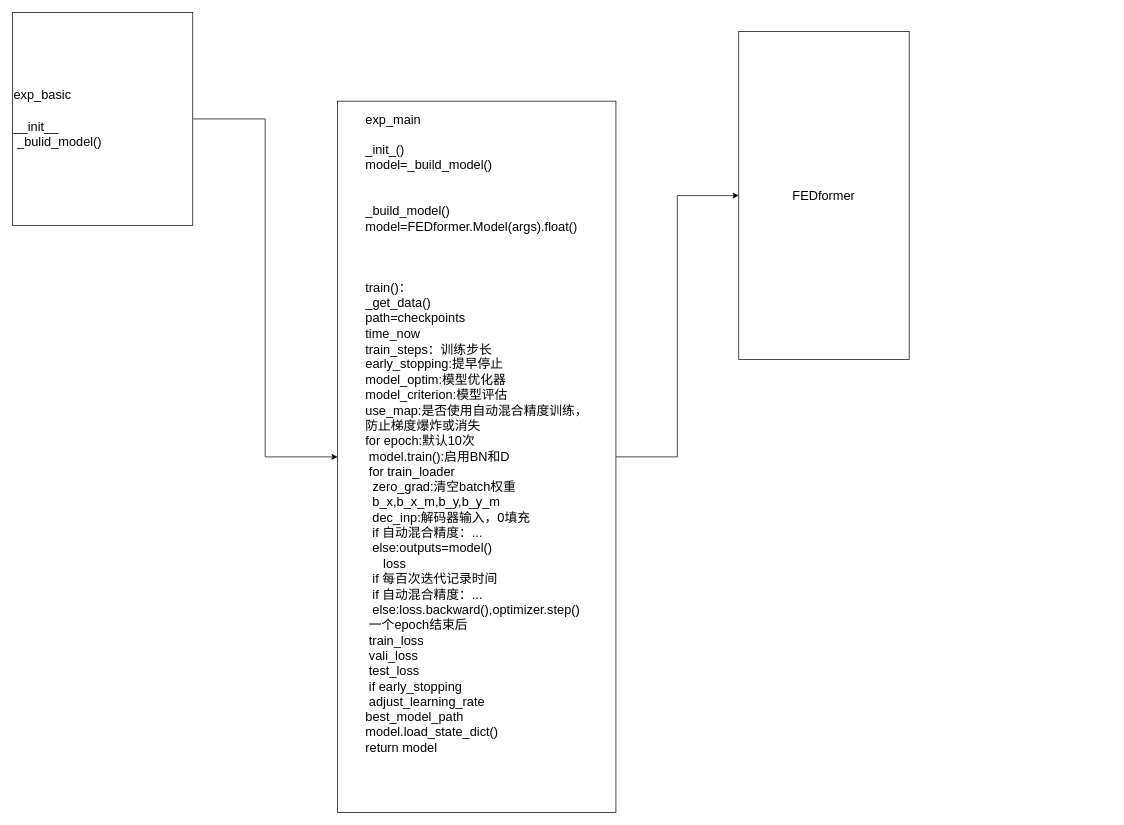
Earlier version of the draw.io diagram FEDformer.drawio (Lihua-neko/QASystemOnMedicalKG). Source tidied: cells renumbered, new cells numbered last; positions are measured from the earlier drawing's top-left corner, leaving out a move shared by most shapes. Both pictures are drawn from the tidied source at 71%, with x=0, y=0 at pixel (12, 12).
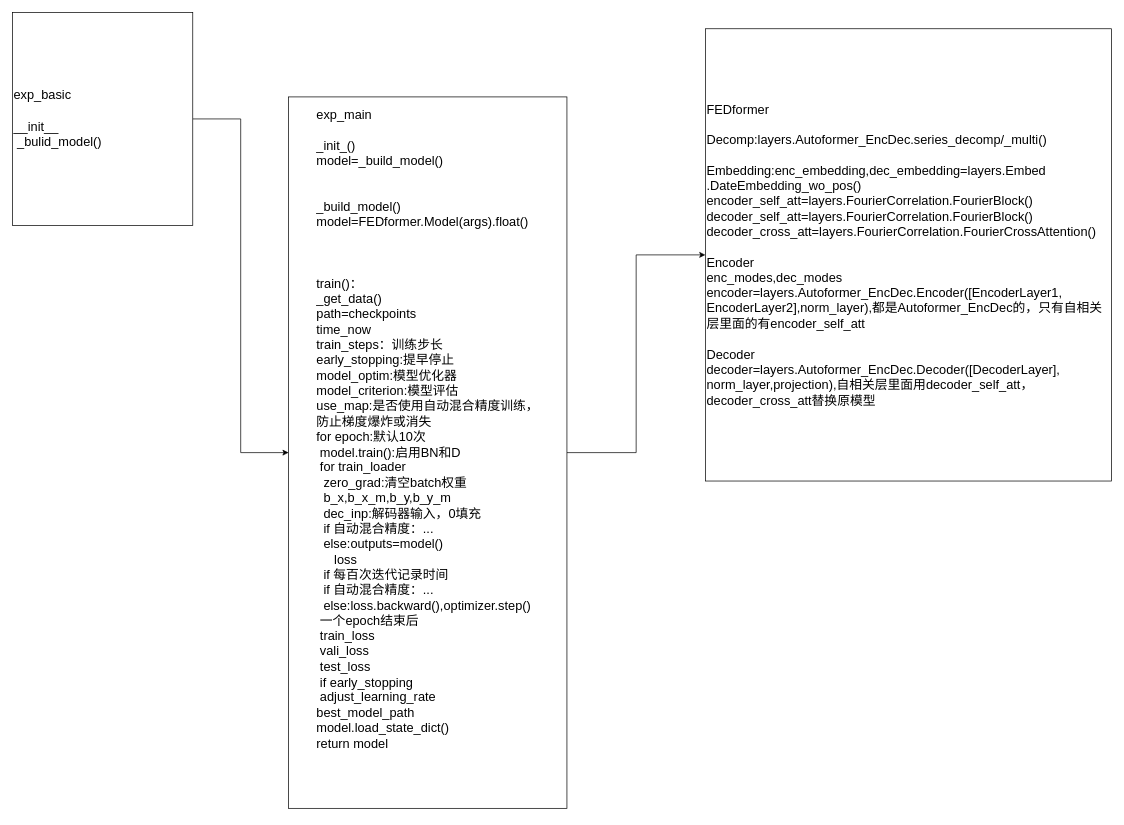
Above is the later version.

Diff of the diagram source:
```diff
@@
 <mxGraphModel>
   <root>
     <mxCell id="0" />
     <mxCell id="1" parent="0" />
     <mxCell id="2" style="edgeStyle=orthogonalEdgeStyle;rounded=0;jettySize=auto;html=1;fontSize=18;" parent="1" edge="1" source="3" target="6">
       <mxGeometry relative="1" as="geometry" />
     </mxCell>
     <mxCell id="3" value="&lt;div style=&quot;text-align: left;&quot;&gt;&lt;span style=&quot;font-size: 18px; background-color: initial;&quot;&gt;exp_main&lt;/span&gt;&lt;/div&gt;&lt;div style=&quot;text-align: left;&quot;&gt;&lt;span style=&quot;font-size: 18px; background-color: initial;&quot;&gt;&lt;br&gt;&lt;/span&gt;&lt;/div&gt;&lt;div style=&quot;text-align: left;&quot;&gt;&lt;span style=&quot;font-size: 18px; background-color: initial;&quot;&gt;_init_()&lt;/span&gt;&lt;/div&gt;&lt;div style=&quot;text-align: left;&quot;&gt;&lt;span style=&quot;font-size: 18px; background-color: initial;&quot;&gt;model=_build_model()&lt;/span&gt;&lt;/div&gt;&lt;div style=&quot;text-align: left;&quot;&gt;&lt;span style=&quot;font-size: 18px; background-color: initial;&quot;&gt;&lt;br&gt;&lt;/span&gt;&lt;/div&gt;&lt;font style=&quot;font-size: 18px;&quot;&gt;&lt;div style=&quot;text-align: left;&quot;&gt;&lt;span style=&quot;background-color: initial;&quot;&gt;&lt;br&gt;&lt;/span&gt;&lt;/div&gt;&lt;div style=&quot;text-align: left;&quot;&gt;_build_model()&lt;/div&gt;&lt;div style=&quot;text-align: left;&quot;&gt;model=FEDformer.Model(args).float()&lt;/div&gt;&lt;div style=&quot;text-align: left;&quot;&gt;&lt;br&gt;&lt;/div&gt;&lt;div style=&quot;text-align: left;&quot;&gt;&lt;span style=&quot;background-color: initial;&quot;&gt;&lt;br&gt;&lt;/span&gt;&lt;/div&gt;&lt;div style=&quot;text-align: left;&quot;&gt;&lt;span style=&quot;background-color: initial;&quot;&gt;&lt;br&gt;&lt;/span&gt;&lt;/div&gt;&lt;div style=&quot;text-align: left;&quot;&gt;&lt;span style=&quot;background-color: initial;&quot;&gt;train()：&lt;/span&gt;&lt;/div&gt;&lt;div style=&quot;text-align: left;&quot;&gt;&lt;span style=&quot;background-color: initial;&quot;&gt;_get_data()&lt;/span&gt;&lt;/div&gt;&lt;div style=&quot;text-align: left;&quot;&gt;&lt;span style=&quot;background-color: initial;&quot;&gt;path=checkpoints&lt;/span&gt;&lt;/div&gt;&lt;div style=&quot;text-align: left;&quot;&gt;&lt;span style=&quot;background-color: initial;&quot;&gt;time_now&lt;/span&gt;&lt;/div&gt;&lt;div style=&quot;text-align: left;&quot;&gt;&lt;span style=&quot;background-color: initial;&quot;&gt;train_steps：训练步长&lt;/span&gt;&lt;/div&gt;&lt;div style=&quot;text-align: left;&quot;&gt;&lt;span style=&quot;background-color: initial;&quot;&gt;early_stopping:提早停止&lt;/span&gt;&lt;/div&gt;&lt;div style=&quot;text-align: left;&quot;&gt;&lt;span style=&quot;background-color: initial;&quot;&gt;model_optim:模型优化器&lt;br&gt;model_criterion:模型评估&lt;/span&gt;&lt;/div&gt;&lt;div style=&quot;text-align: left;&quot;&gt;&lt;span style=&quot;background-color: initial;&quot;&gt;use_map:是否使用自动混合精度训练，&lt;/span&gt;&lt;/div&gt;&lt;div style=&quot;text-align: left;&quot;&gt;&lt;span style=&quot;background-color: initial;&quot;&gt;防止梯度爆炸或消失&lt;/span&gt;&lt;/div&gt;&lt;div style=&quot;text-align: left;&quot;&gt;&lt;span style=&quot;background-color: initial;&quot;&gt;for epoch:默认10次&lt;/span&gt;&lt;/div&gt;&lt;div style=&quot;text-align: left;&quot;&gt;&lt;span style=&quot;background-color: initial;&quot;&gt;&lt;span style=&quot;white-space: pre;&quot;&gt; &lt;/span&gt;model.train():启用BN和D&lt;/span&gt;&lt;/div&gt;&lt;div style=&quot;text-align: left;&quot;&gt;&lt;span style=&quot;background-color: initial;&quot;&gt;&lt;span style=&quot;white-space: pre;&quot;&gt; &lt;/span&gt;for train_loader&lt;/span&gt;&lt;/div&gt;&lt;div style=&quot;text-align: left;&quot;&gt;&lt;span style=&quot;background-color: initial;&quot;&gt;&lt;span style=&quot;white-space: pre;&quot;&gt; &lt;/span&gt;&lt;span style=&quot;white-space: pre;&quot;&gt; &lt;/span&gt;zero_grad:清空batch权重&lt;br&gt;&lt;/span&gt;&lt;/div&gt;&lt;div style=&quot;text-align: left;&quot;&gt;&lt;span style=&quot;background-color: initial;&quot;&gt;&amp;nbsp; b_x,b_x_m,b_y,b_y_m&lt;/span&gt;&lt;/div&gt;&lt;div style=&quot;text-align: left;&quot;&gt;&lt;span style=&quot;background-color: initial;&quot;&gt;&amp;nbsp; dec_inp:解码器输入，0填充&lt;/span&gt;&lt;/div&gt;&lt;div style=&quot;text-align: left;&quot;&gt;&lt;span style=&quot;background-color: initial;&quot;&gt;&amp;nbsp; if 自动混合精度：...&lt;/span&gt;&lt;/div&gt;&lt;div style=&quot;text-align: left;&quot;&gt;&lt;span style=&quot;background-color: initial;&quot;&gt;&amp;nbsp; else:outputs=model()&lt;/span&gt;&lt;/div&gt;&lt;div style=&quot;text-align: left;&quot;&gt;&lt;span style=&quot;background-color: initial;&quot;&gt;&amp;nbsp;&amp;nbsp;&lt;span style=&quot;white-space: pre;&quot;&gt; &lt;/span&gt;&amp;nbsp; loss&lt;/span&gt;&lt;/div&gt;&lt;div style=&quot;text-align: left;&quot;&gt;&lt;span style=&quot;background-color: initial;&quot;&gt;&amp;nbsp; if 每百次迭代记录时间&lt;/span&gt;&lt;/div&gt;&lt;div style=&quot;text-align: left;&quot;&gt;&lt;span style=&quot;background-color: initial;&quot;&gt;&amp;nbsp; if 自动混合精度：...&lt;/span&gt;&lt;/div&gt;&lt;div style=&quot;text-align: left;&quot;&gt;&lt;span style=&quot;background-color: initial;&quot;&gt;&amp;nbsp; else:loss.backward(),optimizer.step()&lt;/span&gt;&lt;/div&gt;&lt;div style=&quot;text-align: left;&quot;&gt;&amp;nbsp;一个epoch结束后&lt;/div&gt;&lt;div style=&quot;text-align: left;&quot;&gt;&amp;nbsp;train_loss&lt;/div&gt;&lt;div style=&quot;text-align: left;&quot;&gt;&amp;nbsp;vali_loss&lt;/div&gt;&lt;div style=&quot;text-align: left;&quot;&gt;&amp;nbsp;test_loss&lt;/div&gt;&lt;div style=&quot;text-align: left;&quot;&gt;&amp;nbsp;if early_stopping&lt;/div&gt;&lt;div style=&quot;text-align: left;&quot;&gt;&amp;nbsp;adjust_learning_rate&lt;/div&gt;&lt;div style=&quot;text-align: left;&quot;&gt;best_model_path&lt;/div&gt;&lt;div style=&quot;text-align: left;&quot;&gt;model.load_state_dict()&lt;/div&gt;&lt;div style=&quot;text-align: left;&quot;&gt;return model&lt;/div&gt;&lt;div style=&quot;text-align: left;&quot;&gt;&lt;br&gt;&lt;/div&gt;&lt;div style=&quot;text-align: left;&quot;&gt;&lt;span style=&quot;background-color: initial;&quot;&gt;&amp;nbsp;&amp;nbsp;&lt;/span&gt;&lt;/div&gt;&lt;div style=&quot;text-align: left;&quot;&gt;&lt;span style=&quot;background-color: initial;&quot;&gt;&lt;br&gt;&lt;/span&gt;&lt;/div&gt;&lt;/font&gt;" style="rounded=0;whiteSpace=wrap;html=1;" parent="1" vertex="1">
-      <mxGeometry x="458" y="125" width="392" height="1002" as="geometry" />
+      <mxGeometry x="389" y="119" width="392" height="1002" as="geometry" />
     </mxCell>
     <mxCell id="4" style="edgeStyle=orthogonalEdgeStyle;rounded=0;jettySize=auto;html=1;fontSize=18;" parent="1" edge="1" source="5" target="3">
       <mxGeometry relative="1" as="geometry" />
     </mxCell>
     <mxCell id="5" value="exp_basic&lt;br&gt;&lt;br&gt;__init__&lt;br&gt;&lt;span style=&quot;white-space: pre;&quot;&gt; &lt;/span&gt;_bulid_model()" style="rounded=0;whiteSpace=wrap;html=1;fontSize=18;align=left;" parent="1" vertex="1">
       <mxGeometry width="254" height="300" as="geometry" />
     </mxCell>
-    <mxCell id="6" value="FEDformer" style="rounded=0;whiteSpace=wrap;html=1;fontSize=18;" parent="1" vertex="1">
-      <mxGeometry x="1023" y="27" width="240" height="462" as="geometry" />
+    <mxCell id="6" value="FEDformer&lt;br&gt;&lt;br&gt;Decomp:layers.Autoformer_EncDec.series_decomp/_multi()&lt;br&gt;&lt;br&gt;Embedding:enc_embedding,dec_embedding=layers.Embed&lt;br&gt;.DateEmbedding_wo_pos()&lt;br&gt;encoder_self_att=layers.FourierCorrelation.FourierBlock()&lt;br&gt;decoder_self_att=layers.FourierCorrelation.FourierBlock()&lt;br&gt;decoder_cross_att=layers.FourierCorrelation.FourierCrossAttention()&lt;br&gt;&lt;br&gt;Encoder&lt;br&gt;enc_modes,dec_modes&lt;br&gt;encoder=layers.Autoformer_EncDec.Encoder([EncoderLayer1,&lt;br&gt;EncoderLayer2],norm_layer),都是Autoformer_EncDec的，只有自相关&lt;br&gt;层里面的有encoder_self_att&lt;br&gt;&lt;br&gt;Decoder&lt;br&gt;decoder=layers.Autoformer_EncDec.Decoder([DecoderLayer],&lt;br&gt;norm_layer,projection),自相关层里面用decoder_self_att，decoder_cross_att替换原模型" style="rounded=0;whiteSpace=wrap;html=1;fontSize=18;align=left;" parent="1" vertex="1">
+      <mxGeometry x="976" y="23" width="572" height="637" as="geometry" />
     </mxCell>
   </root>
 </mxGraphModel>
```
